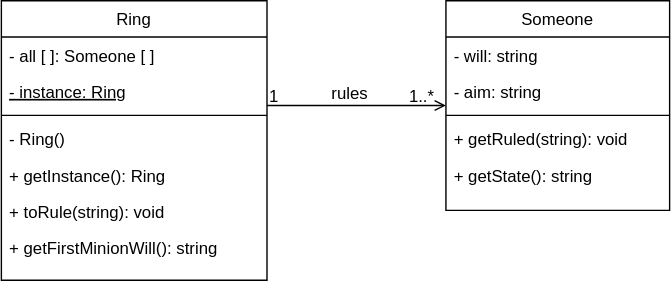
Earlier version of the draw.io export img/oop_3lab.svg (Ol333/hate-arising-labs). Source tidied: cells renumbered, new cells last; positions are measured from the earlier drawing's top-left corner, leaving out a move shared by most shapes.
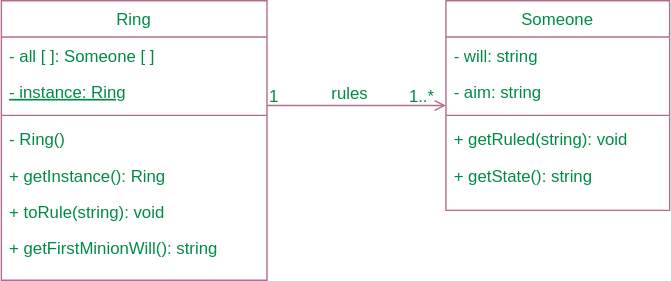
The same diagram one commit later.

Diff of the diagram source:
```diff
@@ -2,64 +2,64 @@
   <root>
     <mxCell id="0" />
     <mxCell id="1" parent="0" />
-    <mxCell id="2" value="Ring" style="swimlane;fontStyle=0;align=center;verticalAlign=top;horizontal=1;startSize=26;rounded=0;shadow=0;strokeWidth=1;fillColor=none;" parent="1" vertex="1">
+    <mxCell id="2" value="Ring" style="swimlane;fontStyle=0;align=center;verticalAlign=top;horizontal=1;startSize=26;rounded=0;shadow=0;strokeWidth=1;fillColor=none;fontColor=#008B45;strokeColor=#B36C8F;" parent="1" vertex="1">
       <mxGeometry width="190" height="200" as="geometry" />
     </mxCell>
-    <mxCell id="3" value="- all [ ]: Someone [ ]" style="text;align=left;verticalAlign=top;spacingLeft=4;spacingRight=4;overflow=hidden;rounded=0;shadow=0;html=0;" parent="2" vertex="1">
+    <mxCell id="3" value="- all [ ]: Someone [ ]" style="text;align=left;verticalAlign=top;spacingLeft=4;spacingRight=4;overflow=hidden;rounded=0;shadow=0;html=0;fontColor=#008B45;" parent="2" vertex="1">
       <mxGeometry y="26" width="190" height="26" as="geometry" />
     </mxCell>
-    <mxCell id="4" value="- instance: Ring" style="text;align=left;verticalAlign=top;spacingLeft=4;spacingRight=4;overflow=hidden;rounded=0;shadow=0;html=0;fontStyle=4;" parent="2" vertex="1">
+    <mxCell id="4" value="- instance: Ring" style="text;align=left;verticalAlign=top;spacingLeft=4;spacingRight=4;overflow=hidden;rounded=0;shadow=0;html=0;fontStyle=4;fontColor=#008B45;" parent="2" vertex="1">
       <mxGeometry y="52" width="190" height="26" as="geometry" />
     </mxCell>
-    <mxCell id="5" style="line;html=1;strokeWidth=1;align=left;verticalAlign=middle;spacingTop=-1;spacingLeft=3;spacingRight=3;labelPosition=right;" parent="2" vertex="1">
+    <mxCell id="5" style="line;html=1;strokeWidth=1;align=left;verticalAlign=middle;spacingTop=-1;spacingLeft=3;spacingRight=3;labelPosition=right;fontColor=#008B45;strokeColor=#B36C8F;" parent="2" vertex="1">
       <mxGeometry y="78" width="190" height="8" as="geometry" />
     </mxCell>
-    <mxCell id="6" value="- Ring()" style="text;align=left;verticalAlign=top;spacingLeft=4;spacingRight=4;overflow=hidden;rounded=0;shadow=0;html=0;" parent="2" vertex="1">
+    <mxCell id="6" value="- Ring()" style="text;align=left;verticalAlign=top;spacingLeft=4;spacingRight=4;overflow=hidden;rounded=0;shadow=0;html=0;fontColor=#008B45;" parent="2" vertex="1">
       <mxGeometry y="86" width="190" height="26" as="geometry" />
     </mxCell>
-    <mxCell id="7" value="+ getInstance(): Ring" style="text;align=left;verticalAlign=top;spacingLeft=4;spacingRight=4;overflow=hidden;rounded=0;shadow=0;html=0;" parent="2" vertex="1">
+    <mxCell id="7" value="+ getInstance(): Ring" style="text;align=left;verticalAlign=top;spacingLeft=4;spacingRight=4;overflow=hidden;rounded=0;shadow=0;html=0;fontColor=#008B45;" parent="2" vertex="1">
       <mxGeometry y="112" width="190" height="26" as="geometry" />
     </mxCell>
-    <mxCell id="8" value="+ toRule(string): void" style="text;align=left;verticalAlign=top;spacingLeft=4;spacingRight=4;overflow=hidden;" parent="2" vertex="1">
+    <mxCell id="8" value="+ toRule(string): void" style="text;align=left;verticalAlign=top;spacingLeft=4;spacingRight=4;overflow=hidden;fontColor=#008B45;" parent="2" vertex="1">
       <mxGeometry y="138" width="190" height="26" as="geometry" />
     </mxCell>
-    <mxCell id="9" value="+ getFirstMinionWill(): string" style="text;align=left;verticalAlign=top;spacingLeft=4;spacingRight=4;overflow=hidden;" parent="2" vertex="1">
+    <mxCell id="9" value="+ getFirstMinionWill(): string" style="text;align=left;verticalAlign=top;spacingLeft=4;spacingRight=4;overflow=hidden;fontColor=#008B45;" parent="2" vertex="1">
       <mxGeometry y="164" width="190" height="26" as="geometry" />
     </mxCell>
-    <mxCell id="10" value="Someone" style="swimlane;fontStyle=0;align=center;verticalAlign=top;horizontal=1;startSize=26;rounded=0;shadow=0;strokeWidth=1;fillColor=none;" parent="1" vertex="1">
+    <mxCell id="10" value="Someone" style="swimlane;fontStyle=0;align=center;verticalAlign=top;horizontal=1;startSize=26;rounded=0;shadow=0;strokeWidth=1;fillColor=none;fontColor=#008B45;strokeColor=#B36C8F;" parent="1" vertex="1">
       <mxGeometry x="318" width="160" height="150" as="geometry" />
     </mxCell>
-    <mxCell id="11" value="- will: string" style="text;align=left;verticalAlign=top;spacingLeft=4;spacingRight=4;overflow=hidden;" parent="10" vertex="1">
+    <mxCell id="11" value="- will: string" style="text;align=left;verticalAlign=top;spacingLeft=4;spacingRight=4;overflow=hidden;fontColor=#008B45;" parent="10" vertex="1">
       <mxGeometry y="26" width="160" height="26" as="geometry" />
     </mxCell>
-    <mxCell id="12" value="- aim: string" style="text;align=left;verticalAlign=top;spacingLeft=4;spacingRight=4;overflow=hidden;rounded=0;shadow=0;html=0;" parent="10" vertex="1">
+    <mxCell id="12" value="- aim: string" style="text;align=left;verticalAlign=top;spacingLeft=4;spacingRight=4;overflow=hidden;rounded=0;shadow=0;html=0;fontColor=#008B45;" parent="10" vertex="1">
       <mxGeometry y="52" width="160" height="26" as="geometry" />
     </mxCell>
-    <mxCell id="13" style="line;html=1;strokeWidth=1;align=left;verticalAlign=middle;spacingTop=-1;spacingLeft=3;spacingRight=3;labelPosition=right;" parent="10" vertex="1">
+    <mxCell id="13" style="line;html=1;strokeWidth=1;align=left;verticalAlign=middle;spacingTop=-1;spacingLeft=3;spacingRight=3;labelPosition=right;fontColor=#008B45;strokeColor=#B36C8F;" parent="10" vertex="1">
       <mxGeometry y="78" width="160" height="8" as="geometry" />
     </mxCell>
-    <mxCell id="14" value="+ getRuled(string): void" style="text;align=left;verticalAlign=top;spacingLeft=4;spacingRight=4;overflow=hidden;" parent="10" vertex="1">
+    <mxCell id="14" value="+ getRuled(string): void" style="text;align=left;verticalAlign=top;spacingLeft=4;spacingRight=4;overflow=hidden;fontColor=#008B45;" parent="10" vertex="1">
       <mxGeometry y="86" width="160" height="26" as="geometry" />
     </mxCell>
-    <mxCell id="15" value="+ getState(): string" style="text;align=left;verticalAlign=top;spacingLeft=4;spacingRight=4;overflow=hidden;" parent="10" vertex="1">
+    <mxCell id="15" value="+ getState(): string" style="text;align=left;verticalAlign=top;spacingLeft=4;spacingRight=4;overflow=hidden;fontColor=#008B45;" parent="10" vertex="1">
       <mxGeometry y="112" width="160" height="26" as="geometry" />
     </mxCell>
-    <mxCell id="16" style="endArrow=open;shadow=0;strokeWidth=1;rounded=0;endFill=1;edgeStyle=elbowEdgeStyle;elbow=vertical;" parent="1" edge="1" source="2" target="10">
+    <mxCell id="16" style="endArrow=open;shadow=0;strokeWidth=1;rounded=0;endFill=1;edgeStyle=elbowEdgeStyle;elbow=vertical;fontColor=#008B45;strokeColor=#B36C8F;" parent="1" edge="1" source="2" target="10">
       <mxGeometry x="0.5" y="41" relative="1" as="geometry">
         <mxPoint x="-40" y="32" as="offset" />
       </mxGeometry>
     </mxCell>
-    <mxCell id="17" value="1" style="align=left;verticalAlign=bottom;labelBackgroundColor=none;fontSize=12;" parent="16" vertex="1">
+    <mxCell id="17" value="1" style="align=left;verticalAlign=bottom;labelBackgroundColor=none;fontSize=12;fontColor=#008B45;" parent="16" vertex="1">
       <mxGeometry x="-1" relative="1" as="geometry">
         <mxPoint y="2" as="offset" />
       </mxGeometry>
     </mxCell>
-    <mxCell id="18" value="1..*" style="align=right;verticalAlign=bottom;labelBackgroundColor=none;fontSize=12;" parent="16" vertex="1">
+    <mxCell id="18" value="1..*" style="align=right;verticalAlign=bottom;labelBackgroundColor=none;fontSize=12;fontColor=#008B45;" parent="16" vertex="1">
       <mxGeometry x="1" relative="1" as="geometry">
         <mxPoint x="-7" y="2" as="offset" />
       </mxGeometry>
     </mxCell>
-    <mxCell id="19" value="rules" style="text;html=1;align=center;verticalAlign=middle;labelBackgroundColor=none;rounded=0;shadow=0;strokeWidth=1;fontSize=12;" parent="16" vertex="1">
+    <mxCell id="19" value="rules" style="text;html=1;align=center;verticalAlign=middle;labelBackgroundColor=none;rounded=0;shadow=0;strokeWidth=1;fontSize=12;fontColor=#008B45;" parent="16" vertex="1">
       <mxGeometry x="0.5" y="49" relative="1" as="geometry">
         <mxPoint x="-38" y="40" as="offset" />
       </mxGeometry>
```
